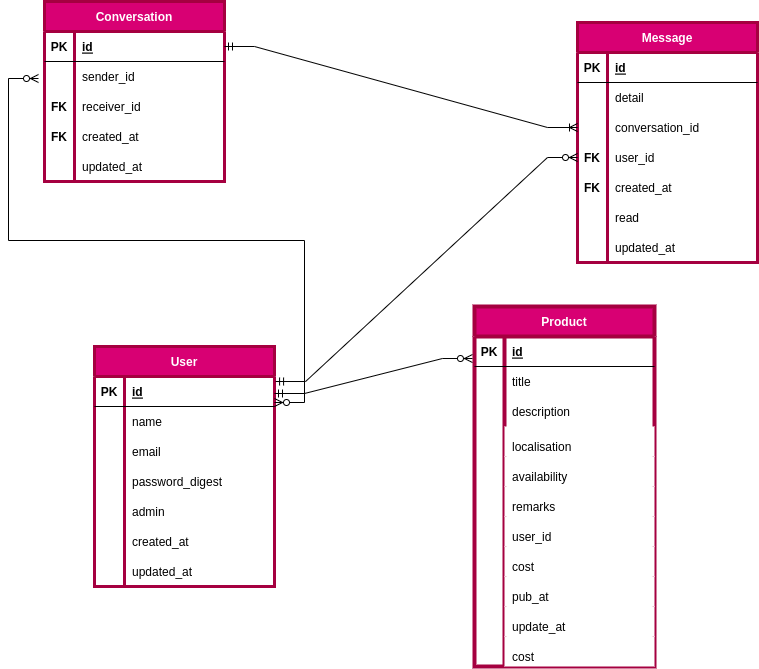
IBRAHIMA8/Transimo keeps this draw.io diagram as public/ER.png. Above is the earlier version. Source tidied: cells renumbered, new cells last; positions are measured from the earlier drawing's top-left corner, leaving out a move shared by most shapes.
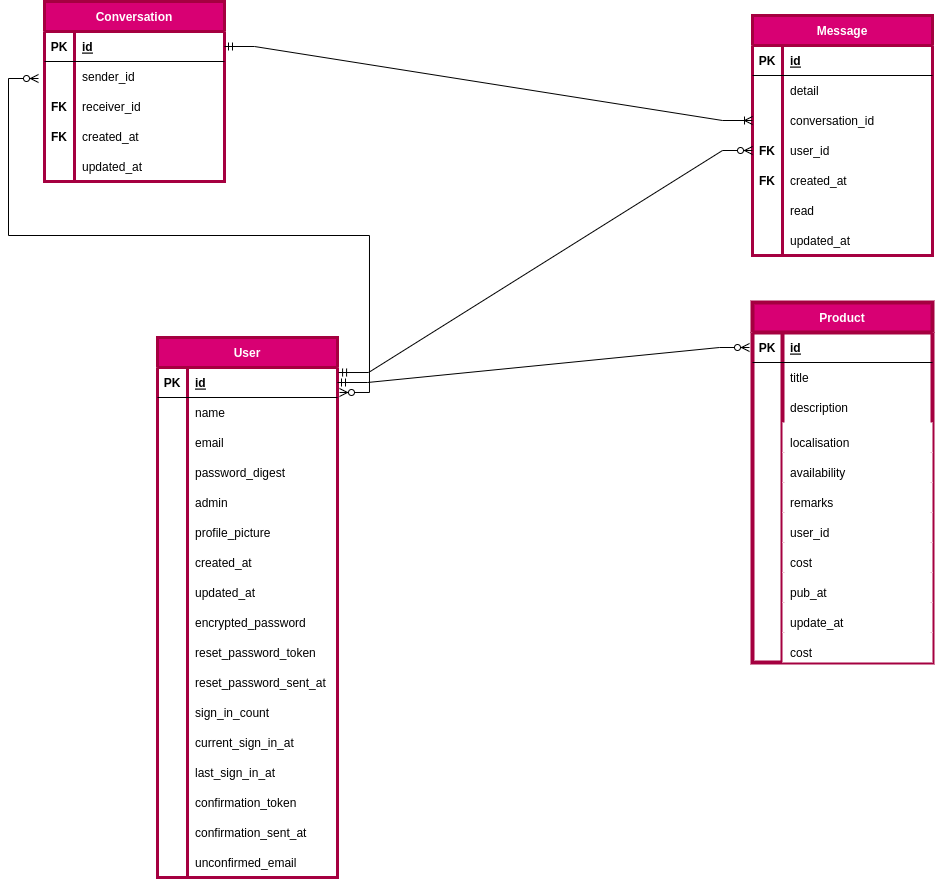
After the commit.

Commit message:
Int devise in ta users

What changed in the source:
```diff
@@ -3,7 +3,7 @@
     <mxCell id="0" />
     <mxCell id="1" parent="0" />
     <mxCell id="2" value="User" style="shape=table;startSize=30;rowLines=0;fontStyle=1;align=center;fillColor=#d80073;strokeColor=#A50040;fontColor=#ffffff;strokeWidth=3;" parent="1" vertex="1">
-      <mxGeometry x="56" y="345" width="180" height="240" as="geometry" />
+      <mxGeometry x="119" y="336" width="180" height="540" as="geometry" />
     </mxCell>
     <mxCell id="3" style="shape=tableRow;horizontal=0;startSize=0;swimlaneHead=0;swimlaneBody=0;fillColor=none;points=[[0,0.5],[1,0.5]];portConstraint=eastwest;top=0;left=0;right=0;bottom=1;" parent="2" vertex="1">
       <mxGeometry y="30" width="180" height="30" as="geometry" />
@@ -56,7 +56,7 @@
     <mxCell id="19" style="shape=partialRectangle;fillColor=none;top=0;left=0;bottom=0;right=0;overflow=hidden;" parent="18" vertex="1">
       <mxGeometry width="30" height="30" as="geometry" />
     </mxCell>
-    <mxCell id="20" value="created_at" style="shape=partialRectangle;fillColor=none;top=0;left=0;bottom=0;right=0;align=left;spacingLeft=6;overflow=hidden;" parent="18" vertex="1">
+    <mxCell id="20" value="profile_picture" style="shape=partialRectangle;fillColor=none;top=0;left=0;bottom=0;right=0;align=left;spacingLeft=6;overflow=hidden;" parent="18" vertex="1">
       <mxGeometry x="30" width="150" height="30" as="geometry" />
     </mxCell>
     <mxCell id="21" style="shape=tableRow;horizontal=0;startSize=0;swimlaneHead=0;swimlaneBody=0;fillColor=none;top=0;left=0;right=0;bottom=0;" parent="2" vertex="1">
@@ -65,11 +65,101 @@
     <mxCell id="22" style="shape=partialRectangle;fillColor=none;top=0;left=0;bottom=0;right=0;overflow=hidden;" parent="21" vertex="1">
       <mxGeometry width="30" height="30" as="geometry" />
     </mxCell>
-    <mxCell id="23" value="updated_at" style="shape=partialRectangle;fillColor=none;top=0;left=0;bottom=0;right=0;align=left;spacingLeft=6;overflow=hidden;" parent="21" vertex="1">
+    <mxCell id="23" value="created_at" style="shape=partialRectangle;fillColor=none;top=0;left=0;bottom=0;right=0;align=left;spacingLeft=6;overflow=hidden;" parent="21" vertex="1">
       <mxGeometry x="30" width="150" height="30" as="geometry" />
     </mxCell>
+    <mxCell id="101" style="shape=tableRow;horizontal=0;startSize=0;swimlaneHead=0;swimlaneBody=0;fillColor=none;top=0;left=0;right=0;bottom=0;" parent="2" vertex="1">
+      <mxGeometry y="240" width="180" height="30" as="geometry" />
+    </mxCell>
+    <mxCell id="102" style="shape=partialRectangle;fillColor=none;top=0;left=0;bottom=0;right=0;overflow=hidden;" parent="101" vertex="1">
+      <mxGeometry width="30" height="30" as="geometry" />
+    </mxCell>
+    <mxCell id="103" value="updated_at" style="shape=partialRectangle;fillColor=none;top=0;left=0;bottom=0;right=0;align=left;spacingLeft=6;overflow=hidden;" parent="101" vertex="1">
+      <mxGeometry x="30" width="150" height="30" as="geometry" />
+    </mxCell>
+    <mxCell id="104" style="shape=tableRow;horizontal=0;startSize=0;swimlaneHead=0;swimlaneBody=0;fillColor=none;top=0;left=0;right=0;bottom=0;" parent="2" vertex="1">
+      <mxGeometry y="270" width="180" height="30" as="geometry" />
+    </mxCell>
+    <mxCell id="105" style="shape=partialRectangle;fillColor=none;top=0;left=0;bottom=0;right=0;overflow=hidden;" parent="104" vertex="1">
+      <mxGeometry width="30" height="30" as="geometry" />
+    </mxCell>
+    <mxCell id="106" value="encrypted_password" style="shape=partialRectangle;fillColor=none;top=0;left=0;bottom=0;right=0;align=left;spacingLeft=6;overflow=hidden;" parent="104" vertex="1">
+      <mxGeometry x="30" width="150" height="30" as="geometry" />
+    </mxCell>
+    <mxCell id="107" style="shape=tableRow;horizontal=0;startSize=0;swimlaneHead=0;swimlaneBody=0;fillColor=none;top=0;left=0;right=0;bottom=0;" parent="2" vertex="1">
+      <mxGeometry y="300" width="180" height="30" as="geometry" />
+    </mxCell>
+    <mxCell id="108" style="shape=partialRectangle;fillColor=none;top=0;left=0;bottom=0;right=0;overflow=hidden;" parent="107" vertex="1">
+      <mxGeometry width="30" height="30" as="geometry" />
+    </mxCell>
+    <mxCell id="109" value="reset_password_token" style="shape=partialRectangle;fillColor=none;top=0;left=0;bottom=0;right=0;align=left;spacingLeft=6;overflow=hidden;" parent="107" vertex="1">
+      <mxGeometry x="30" width="150" height="30" as="geometry" />
+    </mxCell>
+    <mxCell id="110" style="shape=tableRow;horizontal=0;startSize=0;swimlaneHead=0;swimlaneBody=0;fillColor=none;top=0;left=0;right=0;bottom=0;" parent="2" vertex="1">
+      <mxGeometry y="330" width="180" height="30" as="geometry" />
+    </mxCell>
+    <mxCell id="111" style="shape=partialRectangle;fillColor=none;top=0;left=0;bottom=0;right=0;overflow=hidden;" parent="110" vertex="1">
+      <mxGeometry width="30" height="30" as="geometry" />
+    </mxCell>
+    <mxCell id="112" value="reset_password_sent_at" style="shape=partialRectangle;fillColor=none;top=0;left=0;bottom=0;right=0;align=left;spacingLeft=6;overflow=hidden;" parent="110" vertex="1">
+      <mxGeometry x="30" width="150" height="30" as="geometry" />
+    </mxCell>
+    <mxCell id="113" style="shape=tableRow;horizontal=0;startSize=0;swimlaneHead=0;swimlaneBody=0;fillColor=none;top=0;left=0;right=0;bottom=0;" parent="2" vertex="1">
+      <mxGeometry y="360" width="180" height="30" as="geometry" />
+    </mxCell>
+    <mxCell id="114" style="shape=partialRectangle;fillColor=none;top=0;left=0;bottom=0;right=0;overflow=hidden;" parent="113" vertex="1">
+      <mxGeometry width="30" height="30" as="geometry" />
+    </mxCell>
+    <mxCell id="115" value="sign_in_count" style="shape=partialRectangle;fillColor=none;top=0;left=0;bottom=0;right=0;align=left;spacingLeft=6;overflow=hidden;" parent="113" vertex="1">
+      <mxGeometry x="30" width="150" height="30" as="geometry" />
+    </mxCell>
+    <mxCell id="116" style="shape=tableRow;horizontal=0;startSize=0;swimlaneHead=0;swimlaneBody=0;fillColor=none;top=0;left=0;right=0;bottom=0;" parent="2" vertex="1">
+      <mxGeometry y="390" width="180" height="30" as="geometry" />
+    </mxCell>
+    <mxCell id="117" style="shape=partialRectangle;fillColor=none;top=0;left=0;bottom=0;right=0;overflow=hidden;" parent="116" vertex="1">
+      <mxGeometry width="30" height="30" as="geometry" />
+    </mxCell>
+    <mxCell id="118" value="current_sign_in_at" style="shape=partialRectangle;fillColor=none;top=0;left=0;bottom=0;right=0;align=left;spacingLeft=6;overflow=hidden;" parent="116" vertex="1">
+      <mxGeometry x="30" width="150" height="30" as="geometry" />
+    </mxCell>
+    <mxCell id="119" style="shape=tableRow;horizontal=0;startSize=0;swimlaneHead=0;swimlaneBody=0;fillColor=none;top=0;left=0;right=0;bottom=0;" parent="2" vertex="1">
+      <mxGeometry y="420" width="180" height="30" as="geometry" />
+    </mxCell>
+    <mxCell id="120" style="shape=partialRectangle;fillColor=none;top=0;left=0;bottom=0;right=0;overflow=hidden;" parent="119" vertex="1">
+      <mxGeometry width="30" height="30" as="geometry" />
+    </mxCell>
+    <mxCell id="121" value="last_sign_in_at" style="shape=partialRectangle;fillColor=none;top=0;left=0;bottom=0;right=0;align=left;spacingLeft=6;overflow=hidden;" parent="119" vertex="1">
+      <mxGeometry x="30" width="150" height="30" as="geometry" />
+    </mxCell>
+    <mxCell id="122" style="shape=tableRow;horizontal=0;startSize=0;swimlaneHead=0;swimlaneBody=0;fillColor=none;top=0;left=0;right=0;bottom=0;" parent="2" vertex="1">
+      <mxGeometry y="450" width="180" height="30" as="geometry" />
+    </mxCell>
+    <mxCell id="123" style="shape=partialRectangle;fillColor=none;top=0;left=0;bottom=0;right=0;overflow=hidden;" parent="122" vertex="1">
+      <mxGeometry width="30" height="30" as="geometry" />
+    </mxCell>
+    <mxCell id="124" value="confirmation_token" style="shape=partialRectangle;fillColor=none;top=0;left=0;bottom=0;right=0;align=left;spacingLeft=6;overflow=hidden;" parent="122" vertex="1">
+      <mxGeometry x="30" width="150" height="30" as="geometry" />
+    </mxCell>
+    <mxCell id="125" style="shape=tableRow;horizontal=0;startSize=0;swimlaneHead=0;swimlaneBody=0;fillColor=none;top=0;left=0;right=0;bottom=0;" parent="2" vertex="1">
+      <mxGeometry y="480" width="180" height="30" as="geometry" />
+    </mxCell>
+    <mxCell id="126" style="shape=partialRectangle;fillColor=none;top=0;left=0;bottom=0;right=0;overflow=hidden;" parent="125" vertex="1">
+      <mxGeometry width="30" height="30" as="geometry" />
+    </mxCell>
+    <mxCell id="127" value="confirmation_sent_at" style="shape=partialRectangle;fillColor=none;top=0;left=0;bottom=0;right=0;align=left;spacingLeft=6;overflow=hidden;" parent="125" vertex="1">
+      <mxGeometry x="30" width="150" height="30" as="geometry" />
+    </mxCell>
+    <mxCell id="128" style="shape=tableRow;horizontal=0;startSize=0;swimlaneHead=0;swimlaneBody=0;fillColor=none;top=0;left=0;right=0;bottom=0;" parent="2" vertex="1">
+      <mxGeometry y="510" width="180" height="30" as="geometry" />
+    </mxCell>
+    <mxCell id="129" style="shape=partialRectangle;fillColor=none;top=0;left=0;bottom=0;right=0;overflow=hidden;" parent="128" vertex="1">
+      <mxGeometry width="30" height="30" as="geometry" />
+    </mxCell>
+    <mxCell id="130" value="unconfirmed_email" style="shape=partialRectangle;fillColor=none;top=0;left=0;bottom=0;right=0;align=left;spacingLeft=6;overflow=hidden;" parent="128" vertex="1">
+      <mxGeometry x="30" width="150" height="30" as="geometry" />
+    </mxCell>
     <mxCell id="24" value="Product" style="shape=table;startSize=30;rowLines=0;fontStyle=1;align=center;fillColor=#d80073;fontColor=#ffffff;strokeColor=#A50040;strokeWidth=4;" parent="1" vertex="1">
-      <mxGeometry x="436" y="305" width="180" height="360" as="geometry" />
+      <mxGeometry x="714" y="301" width="180" height="360" as="geometry" />
     </mxCell>
     <mxCell id="25" style="shape=tableRow;horizontal=0;startSize=0;swimlaneHead=0;swimlaneBody=0;fillColor=none;top=0;left=0;right=0;bottom=1;" parent="24" vertex="1">
       <mxGeometry y="30" width="180" height="30" as="geometry" />
@@ -171,7 +261,7 @@
       <mxGeometry x="30" width="150" height="30" as="geometry" />
     </mxCell>
     <mxCell id="58" value="Message" style="shape=table;startSize=30;rowLines=0;fontStyle=1;align=center;fillColor=#d80073;fontColor=#ffffff;strokeColor=#A50040;strokeWidth=3;" parent="1" vertex="1">
-      <mxGeometry x="539" y="21" width="180" height="240" as="geometry" />
+      <mxGeometry x="714" y="14" width="180" height="240" as="geometry" />
     </mxCell>
     <mxCell id="59" style="shape=tableRow;horizontal=0;startSize=0;swimlaneHead=0;swimlaneBody=0;fillColor=none;top=0;left=0;right=0;bottom=1;" parent="58" vertex="1">
       <mxGeometry y="30" width="180" height="30" as="geometry" />
@@ -236,10 +326,9 @@
     <mxCell id="79" value="updated_at" style="shape=partialRectangle;fillColor=none;top=0;left=0;bottom=0;right=0;align=left;spacingLeft=6;overflow=hidden;" parent="77" vertex="1">
       <mxGeometry x="30" width="150" height="30" as="geometry" />
     </mxCell>
-    <mxCell id="80" style="edgeStyle=entityRelationEdgeStyle;fontSize=12;html=1;endArrow=ERzeroToMany;startArrow=ERmandOne;rounded=0;entryX=0.022;entryY=-0.033;entryDx=0;entryDy=0;entryPerimeter=0;" parent="1" edge="1">
+    <mxCell id="80" style="edgeStyle=entityRelationEdgeStyle;fontSize=12;html=1;endArrow=ERzeroToMany;startArrow=ERmandOne;rounded=0;exitX=1;exitY=0.5;exitDx=0;exitDy=0;" parent="1" edge="1" source="3">
       <mxGeometry relative="1" as="geometry">
-        <mxPoint x="236" y="392" as="sourcePoint" />
-        <mxPoint x="434" y="357" as="targetPoint" />
+        <mxPoint x="711" y="346" as="targetPoint" />
       </mxGeometry>
     </mxCell>
     <mxCell id="81" value="&lt;br&gt;" style="edgeLabel;html=1;align=center;verticalAlign=middle;" parent="80" vertex="1">
@@ -296,9 +385,8 @@
     <mxCell id="98" style="edgeStyle=entityRelationEdgeStyle;fontSize=12;html=1;endArrow=ERzeroToMany;startArrow=ERmandOne;rounded=0;exitX=1.006;exitY=0.167;exitDx=0;exitDy=0;exitPerimeter=0;entryX=0;entryY=0.5;entryDx=0;entryDy=0;" parent="1" edge="1" source="3" target="68">
       <mxGeometry relative="1" as="geometry" />
     </mxCell>
-    <mxCell id="99" style="edgeStyle=entityRelationEdgeStyle;fontSize=12;html=1;endArrow=ERzeroToMany;endFill=1;startArrow=ERzeroToMany;rounded=0;" parent="1" edge="1">
+    <mxCell id="99" style="edgeStyle=entityRelationEdgeStyle;fontSize=12;html=1;endArrow=ERzeroToMany;endFill=1;startArrow=ERzeroToMany;rounded=0;exitX=1.011;exitY=0.833;exitDx=0;exitDy=0;exitPerimeter=0;" parent="1" edge="1" source="3">
       <mxGeometry relative="1" as="geometry">
-        <mxPoint x="236" y="401" as="sourcePoint" />
         <mxPoint y="77" as="targetPoint" />
       </mxGeometry>
     </mxCell>
```
